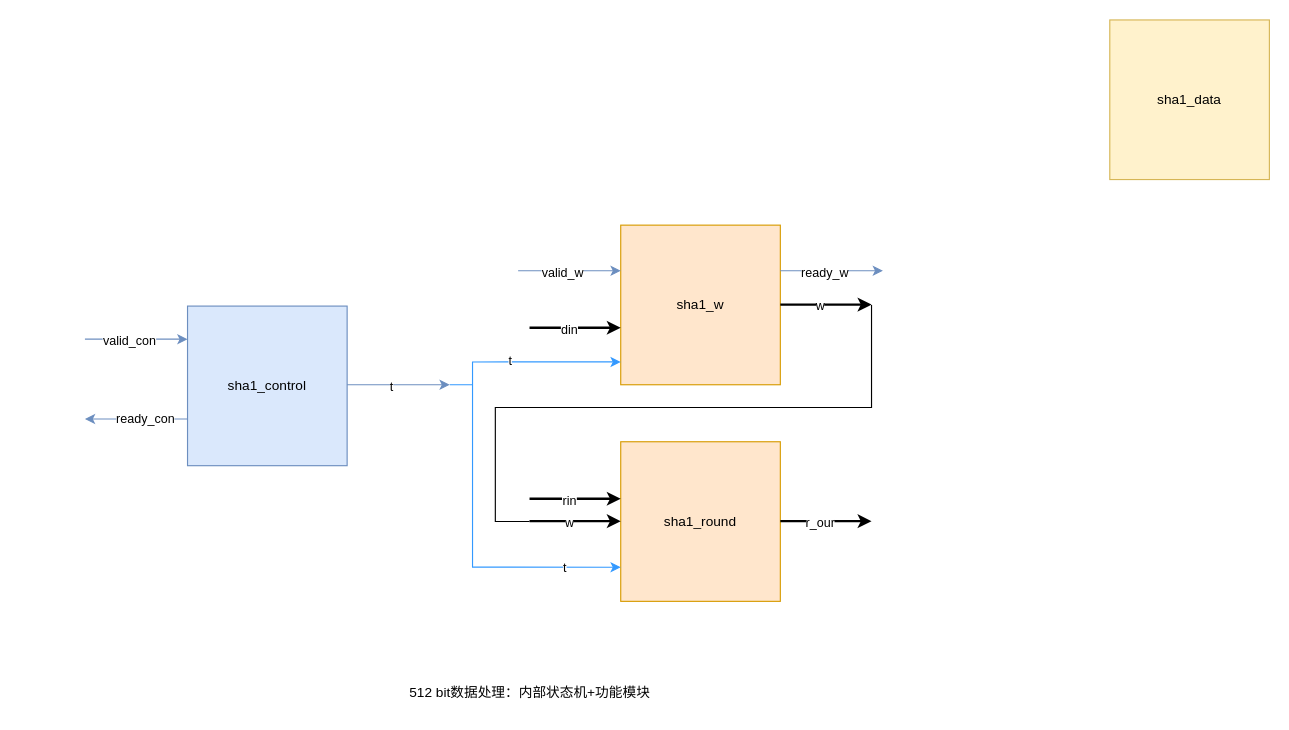
The draw.io diagram SHA1.drawio in ZPNMiaoHeng/drawioFolder, before the edit. Source tidied: cells renumbered, new cells numbered last; positions are measured from the earlier drawing's top-left corner, leaving out a move shared by most shapes. Both pictures are drawn from the tidied source at 114%, with x=0, y=0 at pixel (84, 19).
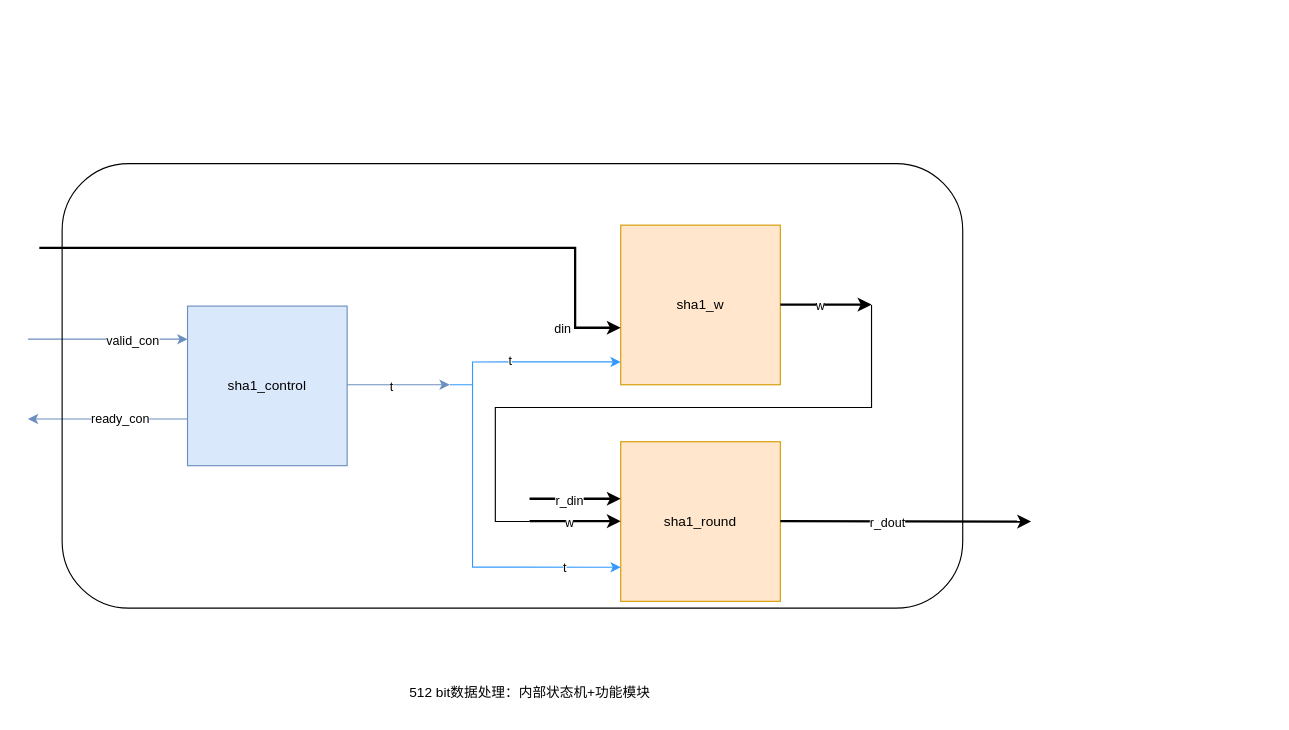
The same diagram, later.

The change refers to these unchanged cells:
```xml
<mxCell id="10" style="endArrow=classic;html=1;rounded=0;strokeWidth=2;" parent="1" edge="1">
  <mxGeometry relative="1" as="geometry">
    <mxPoint x="390" y="420" as="sourcePoint" />
    <mxPoint x="470" y="420" as="targetPoint" />
  </mxGeometry>
</mxCell>
```

The edit, as a diff of the source:
```diff
@@
     <mxCell id="3" style="endArrow=classic;html=1;rounded=0;strokeWidth=2;" parent="1" edge="1">
       <mxGeometry relative="1" as="geometry">
-        <mxPoint x="390" y="270" as="sourcePoint" />
+        <mxPoint x="-40" y="200" as="sourcePoint" />
         <mxPoint x="470" y="270" as="targetPoint" />
+        <Array as="points">
+          <mxPoint x="430" y="200" />
+          <mxPoint x="430" y="270" />
+        </Array>
       </mxGeometry>
     </mxCell>
     <mxCell id="4" value="din" style="edgeLabel;html=1;align=center;verticalAlign=middle;" parent="3" vertex="1">
-      <mxGeometry x="-0.15" y="-1" relative="1" as="geometry" />
+      <mxGeometry x="-0.15" y="-1" relative="1" as="geometry">
+        <mxPoint x="211" y="69" as="offset" />
+      </mxGeometry>
     </mxCell>
@@
-    <mxCell id="11" value="rin" style="edgeLabel;html=1;align=center;verticalAlign=middle;" parent="10" vertex="1">
+    <mxCell id="11" value="r_din" style="edgeLabel;html=1;align=center;verticalAlign=middle;" parent="10" vertex="1">
       <mxGeometry x="-0.15" y="-1" relative="1" as="geometry" />
     </mxCell>
@@
     <mxCell id="14" style="endArrow=classic;html=1;rounded=0;strokeWidth=2;" parent="1" edge="1">
       <mxGeometry relative="1" as="geometry">
         <mxPoint x="610" y="439.7" as="sourcePoint" />
-        <mxPoint x="690" y="439.7" as="targetPoint" />
+        <mxPoint x="830" y="440" as="targetPoint" />
       </mxGeometry>
     </mxCell>
-    <mxCell id="15" value="r_our" style="edgeLabel;html=1;align=center;verticalAlign=middle;" parent="14" vertex="1">
+    <mxCell id="15" value="r_dout" style="edgeLabel;html=1;align=center;verticalAlign=middle;" parent="14" vertex="1">
       <mxGeometry x="-0.15" y="-1" relative="1" as="geometry" />
     </mxCell>
@@
     <mxCell id="20" style="endArrow=classic;html=1;rounded=0;strokeWidth=1;fillColor=#dae8fc;strokeColor=#6c8ebf;" parent="1" edge="1">
       <mxGeometry relative="1" as="geometry">
-        <mxPoint y="280" as="sourcePoint" />
+        <mxPoint x="-50" y="280" as="sourcePoint" />
         <mxPoint x="90" y="280" as="targetPoint" />
       </mxGeometry>
     </mxCell>
     <mxCell id="21" value="valid_con" style="edgeLabel;html=1;align=center;verticalAlign=middle;" parent="20" vertex="1">
-      <mxGeometry x="-0.15" y="-1" relative="1" as="geometry" />
+      <mxGeometry x="-0.15" y="-1" relative="1" as="geometry">
+        <mxPoint x="31" as="offset" />
+      </mxGeometry>
     </mxCell>
@@
-    <mxCell id="24" value="sha1_data" style="whiteSpace=wrap;html=1;fillColor=#fff2cc;strokeColor=#d6b656;" parent="1" vertex="1">
-      <mxGeometry x="899" width="140" height="140" as="geometry" />
-    </mxCell>
@@
     <mxCell id="26" style="endArrow=classic;html=1;rounded=0;strokeWidth=1;fillColor=#dae8fc;strokeColor=#6c8ebf;exitX=1;exitY=0.707;exitDx=0;exitDy=0;exitPerimeter=0;" parent="1" edge="1">
       <mxGeometry relative="1" as="geometry">
         <mxPoint x="90" y="350" as="sourcePoint" />
-        <mxPoint y="350" as="targetPoint" />
+        <mxPoint x="-50" y="350" as="targetPoint" />
       </mxGeometry>
     </mxCell>
@@
-    <mxCell id="28" style="endArrow=classic;html=1;rounded=0;strokeWidth=1;fillColor=#dae8fc;strokeColor=#6c8ebf;" parent="1" edge="1">
-      <mxGeometry relative="1" as="geometry">
-        <mxPoint x="380" y="220" as="sourcePoint" />
-        <mxPoint x="470" y="220" as="targetPoint" />
-      </mxGeometry>
-    </mxCell>
-    <mxCell id="29" value="valid_w" style="edgeLabel;html=1;align=center;verticalAlign=middle;" parent="28" vertex="1">
-      <mxGeometry x="-0.15" y="-1" relative="1" as="geometry" />
-    </mxCell>
-    <mxCell id="30" style="endArrow=classic;html=1;rounded=0;strokeWidth=1;fillColor=#dae8fc;strokeColor=#6c8ebf;exitX=1;exitY=0.707;exitDx=0;exitDy=0;exitPerimeter=0;" parent="1" edge="1">
-      <mxGeometry relative="1" as="geometry">
-        <mxPoint x="610" y="220" as="sourcePoint" />
-        <mxPoint x="700" y="220" as="targetPoint" />
-      </mxGeometry>
-    </mxCell>
-    <mxCell id="31" value="ready_w" style="edgeLabel;html=1;align=center;verticalAlign=middle;" parent="30" vertex="1">
-      <mxGeometry x="-0.15" y="-1" relative="1" as="geometry" />
-    </mxCell>
+    <mxCell id="32" style="rounded=1;whiteSpace=wrap;html=1;fillColor=none;" parent="1" vertex="1">
+      <mxGeometry x="-20" y="126" width="790" height="390" as="geometry" />
+    </mxCell>
```
